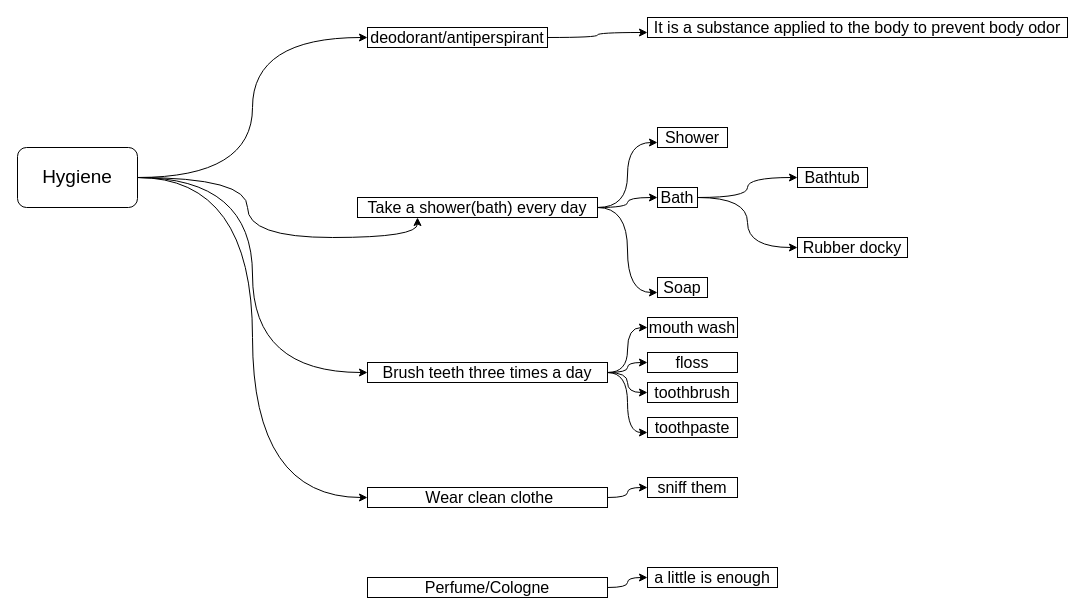
Before: topic-hygiene.drawio in estraining/diagram-store, a draw.io diagram. Source tidied: cells renumbered, new cells numbered last; positions are measured from the earlier drawing's top-left corner, leaving out a move shared by most shapes. Both pictures are drawn from the tidied source at 100%, with x=0, y=0 at pixel (17, 17).
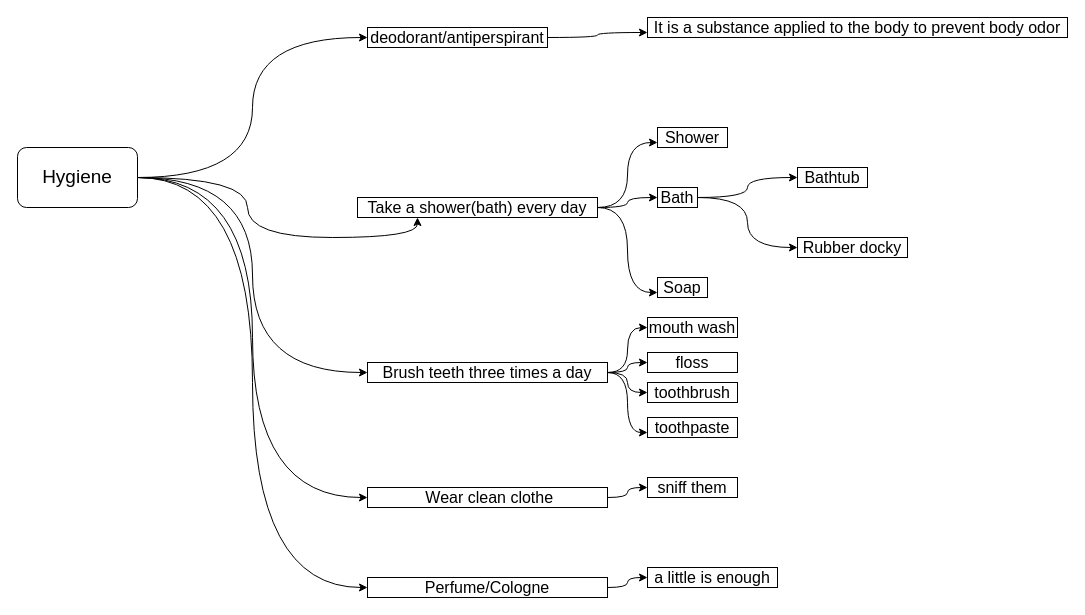
After the change.

Unchanged cells that the change refers to:
```xml
<mxCell id="6" value="&lt;font style=&quot;font-size: 19px&quot;&gt;Hygiene&lt;/font&gt;" style="rounded=1;whiteSpace=wrap;html=1;" parent="1" vertex="1">
  <mxGeometry y="130" width="120" height="60" as="geometry" />
</mxCell>
<mxCell id="35" value="&lt;span style=&quot;font-size: 16px&quot;&gt;Perfume/Cologne&lt;/span&gt;" style="text;html=1;fillColor=none;align=center;verticalAlign=middle;whiteSpace=wrap;rounded=0;strokeColor=#000000;" parent="1" vertex="1">
  <mxGeometry x="350" y="560" width="240" height="20" as="geometry" />
</mxCell>
```

What changed in the source:
```diff
@@
+    <mxCell id="37" style="edgeStyle=orthogonalEdgeStyle;curved=1;rounded=0;jettySize=auto;html=1;entryX=0;entryY=0.5;entryDx=0;entryDy=0;" parent="1" edge="1" source="6" target="35">
+      <mxGeometry relative="1" as="geometry" />
+    </mxCell>
```
